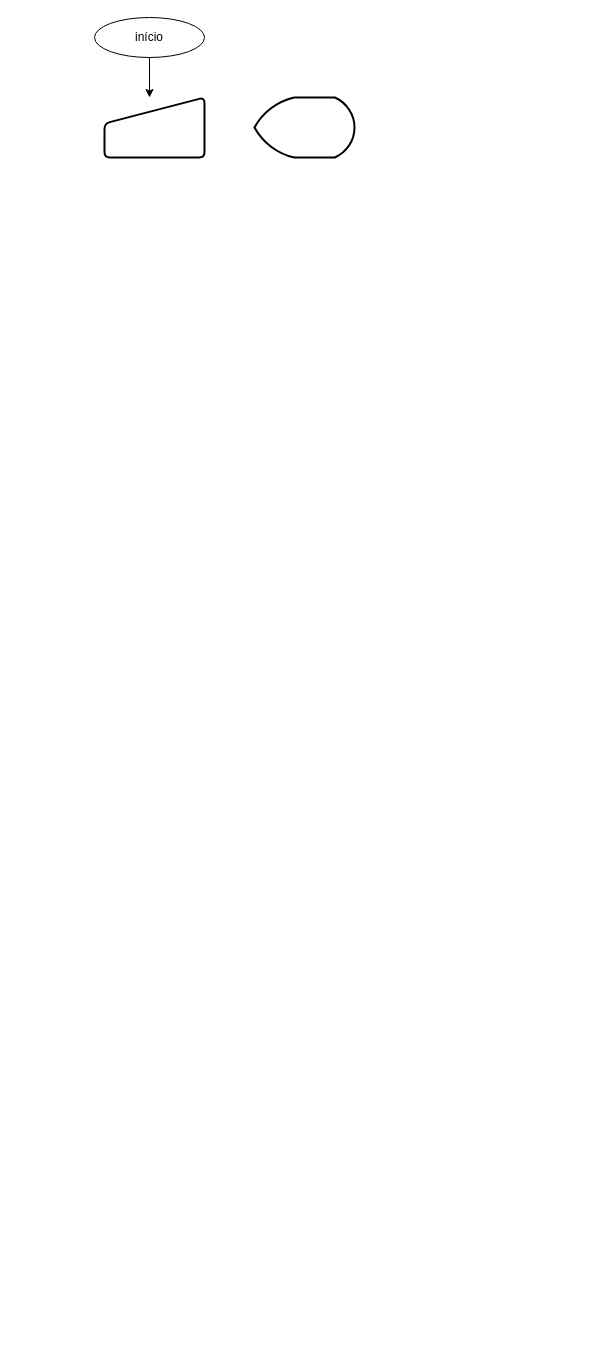
The draw.io diagram Diagrama sem nome.drawio in oalbertocavalcante/controle-estoque, before the edit. Source tidied: cells renumbered, new cells numbered last; positions are measured from the earlier drawing's top-left corner, leaving out a move shared by most shapes. Both pictures are drawn from the tidied source at 100%, with x=0, y=0 at pixel (94, 17).
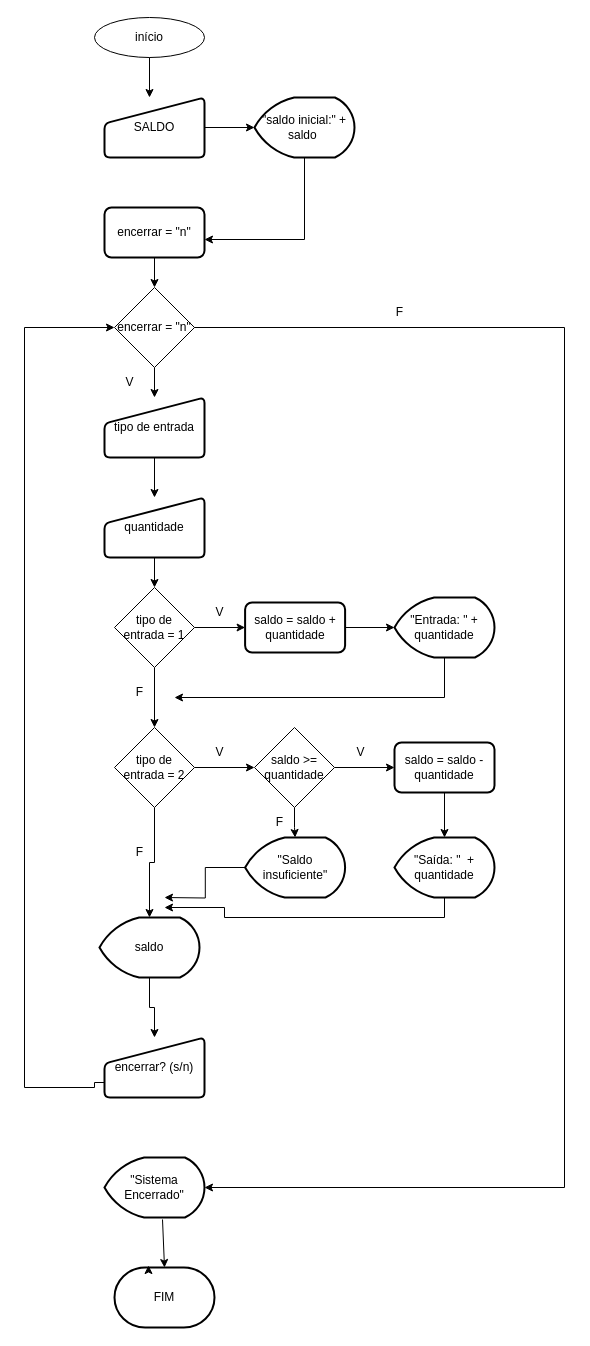
The same page after the edit.

The edit, as a diff of the source:
```diff
@@
-    <mxCell id="4" style="html=1;strokeWidth=2;shape=manualInput;whiteSpace=wrap;rounded=1;size=26;arcSize=11;" parent="1" vertex="1">
+    <mxCell id="4" value="SALDO" style="html=1;strokeWidth=2;shape=manualInput;whiteSpace=wrap;rounded=1;size=26;arcSize=11;" parent="1" vertex="1">
       <mxGeometry x="10" y="80" width="100" height="60" as="geometry" />
     </mxCell>
-    <mxCell id="5" style="strokeWidth=2;html=1;shape=mxgraph.flowchart.display;whiteSpace=wrap;" parent="1" vertex="1">
+    <mxCell id="5" value="&quot;saldo inicial:&quot; + saldo&amp;nbsp;" style="strokeWidth=2;html=1;shape=mxgraph.flowchart.display;whiteSpace=wrap;" parent="1" vertex="1">
       <mxGeometry x="160" y="80" width="100" height="60" as="geometry" />
     </mxCell>
+    <mxCell id="6" style="endArrow=classic;html=1;rounded=0;exitX=1;exitY=0.5;exitDx=0;exitDy=0;" parent="1" edge="1" source="4" target="5">
+      <mxGeometry relative="1" as="geometry" />
+    </mxCell>
+    <mxCell id="7" style="edgeStyle=orthogonalEdgeStyle;rounded=0;jettySize=auto;html=1;" parent="1" edge="1" source="8" target="11">
+      <mxGeometry relative="1" as="geometry" />
+    </mxCell>
+    <mxCell id="8" value="encerrar = &quot;n&quot;" style="rounded=1;whiteSpace=wrap;html=1;absoluteArcSize=1;arcSize=14;strokeWidth=2;" parent="1" vertex="1">
+      <mxGeometry x="10" y="190" width="100" height="50" as="geometry" />
+    </mxCell>
+    <mxCell id="9" style="edgeStyle=orthogonalEdgeStyle;rounded=0;jettySize=auto;html=1;" parent="1" edge="1" source="11" target="13">
+      <mxGeometry relative="1" as="geometry" />
+    </mxCell>
+    <mxCell id="10" style="edgeStyle=orthogonalEdgeStyle;rounded=0;jettySize=auto;html=1;entryX=1;entryY=0.5;entryDx=0;entryDy=0;entryPerimeter=0;" parent="1" edge="1" target="39">
+      <mxGeometry relative="1" as="geometry">
+        <mxPoint x="110" y="310" as="sourcePoint" />
+        <Array as="points">
+          <mxPoint x="81" y="310" />
+          <mxPoint x="470" y="310" />
+          <mxPoint x="470" y="1170" />
+        </Array>
+      </mxGeometry>
+    </mxCell>
+    <mxCell id="11" value="encerrar = &quot;n&quot;" style="rhombus;whiteSpace=wrap;html=1;" parent="1" vertex="1">
+      <mxGeometry x="20" y="270" width="80" height="80" as="geometry" />
+    </mxCell>
+    <mxCell id="12" style="edgeStyle=orthogonalEdgeStyle;rounded=0;jettySize=auto;html=1;" parent="1" edge="1" source="13" target="15">
+      <mxGeometry relative="1" as="geometry" />
+    </mxCell>
+    <mxCell id="13" value="tipo de entrada" style="html=1;strokeWidth=2;shape=manualInput;whiteSpace=wrap;rounded=1;size=26;arcSize=11;" parent="1" vertex="1">
+      <mxGeometry x="10" y="380" width="100" height="60" as="geometry" />
+    </mxCell>
+    <mxCell id="14" style="edgeStyle=orthogonalEdgeStyle;rounded=0;jettySize=auto;html=1;" parent="1" edge="1" source="15" target="18">
+      <mxGeometry relative="1" as="geometry" />
+    </mxCell>
+    <mxCell id="15" value="quantidade" style="html=1;strokeWidth=2;shape=manualInput;whiteSpace=wrap;rounded=1;size=26;arcSize=11;" parent="1" vertex="1">
+      <mxGeometry x="10" y="480" width="100" height="60" as="geometry" />
+    </mxCell>
+    <mxCell id="16" style="edgeStyle=orthogonalEdgeStyle;rounded=0;jettySize=auto;html=1;" parent="1" edge="1" source="18" target="25">
+      <mxGeometry relative="1" as="geometry" />
+    </mxCell>
+    <mxCell id="17" style="edgeStyle=orthogonalEdgeStyle;rounded=0;jettySize=auto;html=1;" parent="1" edge="1" source="18" target="20">
+      <mxGeometry relative="1" as="geometry" />
+    </mxCell>
+    <mxCell id="18" value="tipo de entrada = 1" style="rhombus;whiteSpace=wrap;html=1;" parent="1" vertex="1">
+      <mxGeometry x="20" y="570" width="80" height="80" as="geometry" />
+    </mxCell>
+    <mxCell id="19" style="edgeStyle=orthogonalEdgeStyle;rounded=0;jettySize=auto;html=1;" parent="1" edge="1" source="20" target="22">
+      <mxGeometry relative="1" as="geometry" />
+    </mxCell>
+    <mxCell id="20" value="saldo = saldo + quantidade" style="rounded=1;whiteSpace=wrap;html=1;absoluteArcSize=1;arcSize=14;strokeWidth=2;" parent="1" vertex="1">
+      <mxGeometry x="150.6" y="585" width="100" height="50" as="geometry" />
+    </mxCell>
+    <mxCell id="21" style="edgeStyle=orthogonalEdgeStyle;rounded=0;jettySize=auto;html=1;" parent="1" edge="1" source="22">
+      <mxGeometry relative="1" as="geometry">
+        <mxPoint x="80" y="680" as="targetPoint" />
+        <Array as="points">
+          <mxPoint x="350" y="680" />
+        </Array>
+      </mxGeometry>
+    </mxCell>
+    <mxCell id="22" value="&quot;Entrada: &quot; + quantidade" style="strokeWidth=2;html=1;shape=mxgraph.flowchart.display;whiteSpace=wrap;" parent="1" vertex="1">
+      <mxGeometry x="300" y="580" width="100" height="60" as="geometry" />
+    </mxCell>
+    <mxCell id="23" style="edgeStyle=orthogonalEdgeStyle;rounded=0;jettySize=auto;html=1;" parent="1" edge="1" source="25" target="36">
+      <mxGeometry relative="1" as="geometry" />
+    </mxCell>
+    <mxCell id="24" style="edgeStyle=orthogonalEdgeStyle;rounded=0;jettySize=auto;html=1;" parent="1" edge="1" source="25" target="28">
+      <mxGeometry relative="1" as="geometry" />
+    </mxCell>
+    <mxCell id="25" value="tipo de entrada = 2" style="rhombus;whiteSpace=wrap;html=1;" parent="1" vertex="1">
+      <mxGeometry x="20" y="710" width="80" height="80" as="geometry" />
+    </mxCell>
+    <mxCell id="26" style="edgeStyle=orthogonalEdgeStyle;rounded=0;jettySize=auto;html=1;" parent="1" edge="1" source="28" target="30">
+      <mxGeometry relative="1" as="geometry" />
+    </mxCell>
+    <mxCell id="27" style="edgeStyle=orthogonalEdgeStyle;rounded=0;jettySize=auto;html=1;" parent="1" edge="1" source="28" target="34">
+      <mxGeometry relative="1" as="geometry" />
+    </mxCell>
+    <mxCell id="28" value="saldo &amp;gt;= quantidade" style="rhombus;whiteSpace=wrap;html=1;" parent="1" vertex="1">
+      <mxGeometry x="160" y="710" width="80" height="80" as="geometry" />
+    </mxCell>
+    <mxCell id="29" style="edgeStyle=orthogonalEdgeStyle;rounded=0;jettySize=auto;html=1;" parent="1" edge="1" source="30" target="32">
+      <mxGeometry relative="1" as="geometry" />
+    </mxCell>
+    <mxCell id="30" value="saldo = saldo - quantidade" style="rounded=1;whiteSpace=wrap;html=1;absoluteArcSize=1;arcSize=14;strokeWidth=2;" parent="1" vertex="1">
+      <mxGeometry x="300" y="725" width="100" height="50" as="geometry" />
+    </mxCell>
+    <mxCell id="31" style="edgeStyle=orthogonalEdgeStyle;rounded=0;jettySize=auto;html=1;" parent="1" edge="1" source="32">
+      <mxGeometry relative="1" as="geometry">
+        <mxPoint x="70" y="890" as="targetPoint" />
+        <Array as="points">
+          <mxPoint x="350" y="900" />
+          <mxPoint x="130" y="900" />
+          <mxPoint x="130" y="890" />
+        </Array>
+      </mxGeometry>
+    </mxCell>
+    <mxCell id="32" value="&quot;Saída: &quot;&amp;nbsp; + quantidade" style="strokeWidth=2;html=1;shape=mxgraph.flowchart.display;whiteSpace=wrap;" parent="1" vertex="1">
+      <mxGeometry x="300" y="820" width="100" height="60" as="geometry" />
+    </mxCell>
+    <mxCell id="33" style="edgeStyle=orthogonalEdgeStyle;rounded=0;jettySize=auto;html=1;" parent="1" edge="1" source="34">
+      <mxGeometry relative="1" as="geometry">
+        <mxPoint x="70" y="880" as="targetPoint" />
+      </mxGeometry>
+    </mxCell>
+    <mxCell id="34" value="&quot;Saldo insuficiente&quot;" style="strokeWidth=2;html=1;shape=mxgraph.flowchart.display;whiteSpace=wrap;" parent="1" vertex="1">
+      <mxGeometry x="150.6" y="820" width="100" height="60" as="geometry" />
+    </mxCell>
+    <mxCell id="35" style="edgeStyle=orthogonalEdgeStyle;rounded=0;jettySize=auto;html=1;" parent="1" edge="1" source="36" target="37">
+      <mxGeometry relative="1" as="geometry" />
+    </mxCell>
+    <mxCell id="36" value="saldo" style="strokeWidth=2;html=1;shape=mxgraph.flowchart.display;whiteSpace=wrap;" parent="1" vertex="1">
+      <mxGeometry x="5" y="900" width="100" height="60" as="geometry" />
+    </mxCell>
+    <mxCell id="37" value="encerrar? (s/n)" style="html=1;strokeWidth=2;shape=manualInput;whiteSpace=wrap;rounded=1;size=26;arcSize=11;" parent="1" vertex="1">
+      <mxGeometry x="10" y="1020" width="100" height="60" as="geometry" />
+    </mxCell>
+    <mxCell id="38" style="edgeStyle=orthogonalEdgeStyle;rounded=0;jettySize=auto;html=1;exitX=0;exitY=0.75;exitDx=0;exitDy=0;entryX=0;entryY=0.5;entryDx=0;entryDy=0;" parent="1" edge="1" source="37" target="11">
+      <mxGeometry relative="1" as="geometry">
+        <Array as="points">
+          <mxPoint y="1065" />
+          <mxPoint y="1070" />
+          <mxPoint x="-70" y="1070" />
+          <mxPoint x="-70" y="310" />
+        </Array>
+      </mxGeometry>
+    </mxCell>
+    <mxCell id="39" value="&quot;Sistema Encerrado&quot;" style="strokeWidth=2;html=1;shape=mxgraph.flowchart.display;whiteSpace=wrap;" parent="1" vertex="1">
+      <mxGeometry x="10" y="1140" width="100" height="60" as="geometry" />
+    </mxCell>
+    <mxCell id="40" value="FIM" style="strokeWidth=2;html=1;shape=mxgraph.flowchart.terminator;whiteSpace=wrap;" parent="1" vertex="1">
+      <mxGeometry x="20" y="1250" width="100" height="60" as="geometry" />
+    </mxCell>
+    <mxCell id="41" style="endArrow=classic;html=1;rounded=0;exitX=0.58;exitY=1.033;exitDx=0;exitDy=0;exitPerimeter=0;entryX=0.5;entryY=0;entryDx=0;entryDy=0;entryPerimeter=0;" parent="1" edge="1" source="39" target="40">
+      <mxGeometry relative="1" as="geometry" />
+    </mxCell>
+    <mxCell id="42" style="edgeStyle=orthogonalEdgeStyle;rounded=0;orthogonalLoop=1;jettySize=auto;html=1;exitX=0.5;exitY=0;exitDx=0;exitDy=0;exitPerimeter=0;entryX=0.34;entryY=-0.033;entryDx=0;entryDy=0;entryPerimeter=0;" parent="1" edge="1" source="40" target="40">
+      <mxGeometry relative="1" as="geometry" />
+    </mxCell>
+    <mxCell id="43" style="edgeStyle=orthogonalEdgeStyle;rounded=0;jettySize=auto;html=1;entryX=1;entryY=0.64;entryDx=0;entryDy=0;entryPerimeter=0;" parent="1" edge="1" source="5" target="8">
+      <mxGeometry relative="1" as="geometry">
+        <Array as="points">
+          <mxPoint x="210" y="222" />
+        </Array>
+      </mxGeometry>
+    </mxCell>
+    <mxCell id="44" value="F" style="text;html=1;align=center;verticalAlign=middle;strokeColor=none;fillColor=none;" parent="1" vertex="1">
+      <mxGeometry x="290" y="280" width="30" height="30" as="geometry" />
+    </mxCell>
+    <mxCell id="45" value="V" style="text;html=1;align=center;verticalAlign=middle;strokeColor=none;fillColor=none;" parent="1" vertex="1">
+      <mxGeometry x="20" y="350" width="30" height="30" as="geometry" />
+    </mxCell>
+    <mxCell id="46" value="&lt;blockquote style=&quot;margin: 0 0 0 40px; border: none; padding: 0px;&quot;&gt;V&lt;/blockquote&gt;" style="text;html=1;align=center;verticalAlign=middle;strokeColor=none;fillColor=none;" parent="1" vertex="1">
+      <mxGeometry x="70" y="580" width="70" height="30" as="geometry" />
+    </mxCell>
+    <mxCell id="47" value="F" style="text;html=1;align=center;verticalAlign=middle;strokeColor=none;fillColor=none;" parent="1" vertex="1">
+      <mxGeometry x="30" y="660" width="30" height="30" as="geometry" />
+    </mxCell>
+    <mxCell id="48" value="V" style="text;html=1;align=center;verticalAlign=middle;strokeColor=none;fillColor=none;" parent="1" vertex="1">
+      <mxGeometry x="110" y="720" width="30" height="30" as="geometry" />
+    </mxCell>
+    <mxCell id="49" value="V" style="text;html=1;align=center;verticalAlign=middle;strokeColor=none;fillColor=none;" parent="1" vertex="1">
+      <mxGeometry x="250.6" y="720" width="30" height="30" as="geometry" />
+    </mxCell>
+    <mxCell id="50" value="F" style="text;html=1;align=center;verticalAlign=middle;strokeColor=none;fillColor=none;" parent="1" vertex="1">
+      <mxGeometry x="170" y="790" width="30" height="30" as="geometry" />
+    </mxCell>
+    <mxCell id="51" value="F" style="text;html=1;align=center;verticalAlign=middle;strokeColor=none;fillColor=none;" parent="1" vertex="1">
+      <mxGeometry x="30" y="820" width="30" height="30" as="geometry" />
+    </mxCell>
```
